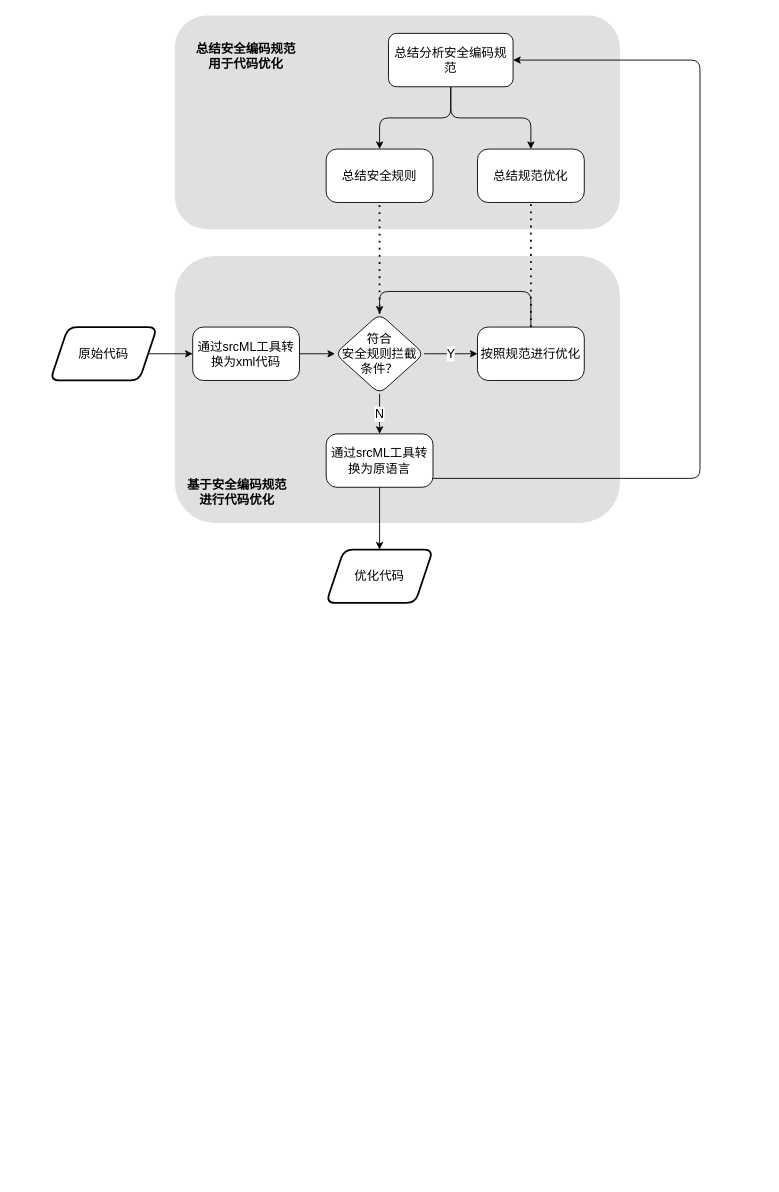
This is 未命名绘图.drawio from z5833999/C-3, a draw.io file, before an edit. Source tidied: cells renumbered, new cells numbered last; positions are measured from the earlier drawing's top-left corner, leaving out a move shared by most shapes. Both pictures are drawn from the tidied source at 89%, with x=0, y=0 at pixel (50, 15).
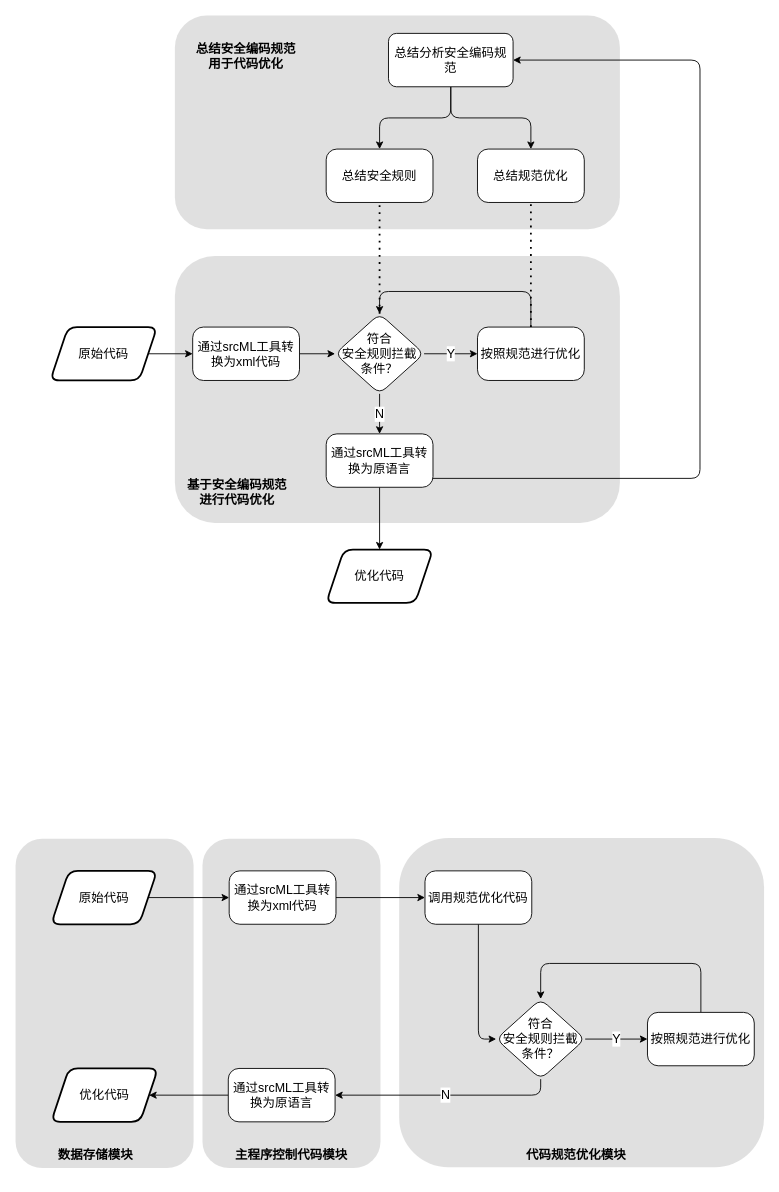
Above is the later version.

Commit message:
更新未命名绘图.drawio

Diff of the diagram source:
```diff
@@
+    <mxCell id="27" style="rounded=1;whiteSpace=wrap;html=1;fillColor=#C2C2C2;opacity=50;strokeColor=none;glass=0;shadow=0;fontSize=14;" parent="1" vertex="1">
+      <mxGeometry x="392" y="924" width="410" height="370" as="geometry" />
+    </mxCell>
+    <mxCell id="28" style="rounded=1;whiteSpace=wrap;html=1;fillColor=#C2C2C2;opacity=50;strokeColor=none;glass=0;shadow=0;fontSize=14;" parent="1" vertex="1">
+      <mxGeometry x="171" y="925" width="200" height="370" as="geometry" />
+    </mxCell>
@@
+    <mxCell id="29" style="rounded=1;whiteSpace=wrap;html=1;fillColor=#C2C2C2;opacity=50;strokeColor=none;glass=0;shadow=0;fontSize=14;" parent="1" vertex="1">
+      <mxGeometry x="-39" y="925" width="200" height="370" as="geometry" />
+    </mxCell>
+    <mxCell id="30" style="edgeStyle=orthogonalEdgeStyle;rounded=0;jettySize=auto;html=1;fontSize=14;" parent="1" edge="1" source="31" target="40">
+      <mxGeometry relative="1" as="geometry" />
+    </mxCell>
+    <mxCell id="31" value="原始代码" style="shape=parallelogram;perimeter=parallelogramPerimeter;whiteSpace=wrap;html=1;fixedSize=1;fontFamily=Helvetica;arcSize=20;rounded=1;strokeWidth=2;fontSize=14;" parent="1" vertex="1">
+      <mxGeometry x="1" y="961" width="119" height="60" as="geometry" />
+    </mxCell>
+    <mxCell id="32" value="N" style="edgeStyle=orthogonalEdgeStyle;rounded=1;jettySize=auto;html=1;entryX=1;entryY=0.5;entryDx=0;entryDy=0;fontSize=14;" parent="1" edge="1" source="34" target="36">
+      <mxGeometry relative="1" as="geometry">
+        <Array as="points">
+          <mxPoint x="551" y="1213" />
+        </Array>
+      </mxGeometry>
+    </mxCell>
+    <mxCell id="33" value="Y" style="edgeStyle=orthogonalEdgeStyle;rounded=0;jettySize=auto;html=1;fontSize=14;" parent="1" edge="1" source="34" target="44">
+      <mxGeometry relative="1" as="geometry" />
+    </mxCell>
+    <mxCell id="34" value="符合&lt;br style=&quot;font-size: 14px;&quot;&gt;安全规则拦截&lt;br style=&quot;font-size: 14px;&quot;&gt;条件？" style="rhombus;whiteSpace=wrap;html=1;fontFamily=Helvetica;arcSize=20;rounded=1;fontSize=14;" parent="1" vertex="1">
+      <mxGeometry x="501" y="1105" width="100" height="90" as="geometry" />
+    </mxCell>
+    <mxCell id="35" style="edgeStyle=orthogonalEdgeStyle;rounded=0;jettySize=auto;html=1;fontSize=14;" parent="1" edge="1" source="36" target="37">
+      <mxGeometry relative="1" as="geometry" />
+    </mxCell>
+    <mxCell id="36" value="通过srcML工具转换为原语言" style="whiteSpace=wrap;html=1;fontFamily=Helvetica;arcSize=20;rounded=1;fontSize=14;" parent="1" vertex="1">
+      <mxGeometry x="200" y="1183" width="120" height="60" as="geometry" />
+    </mxCell>
+    <mxCell id="37" value="&lt;font style=&quot;font-size: 14px;&quot;&gt;优化&lt;/font&gt;&lt;font style=&quot;font-size: 14px;&quot;&gt;代码&lt;/font&gt;" style="shape=parallelogram;perimeter=parallelogramPerimeter;whiteSpace=wrap;html=1;fixedSize=1;fontFamily=Helvetica;arcSize=20;rounded=1;strokeWidth=2;fontSize=14;" parent="1" vertex="1">
+      <mxGeometry x="1" y="1183" width="120" height="60" as="geometry" />
+    </mxCell>
+    <mxCell id="38" value="&lt;b style=&quot;font-size: 14px;&quot;&gt;&lt;span style=&quot;font-size: 14px; line-height: 150%;&quot;&gt;主程序控制代码模块&lt;/span&gt;&lt;/b&gt;" style="text;html=1;strokeColor=none;fillColor=none;align=center;verticalAlign=middle;whiteSpace=wrap;rounded=0;strokeWidth=2;fontSize=14;fontStyle=1;" parent="1" vertex="1">
+      <mxGeometry x="191" y="1265" width="160" height="30" as="geometry" />
+    </mxCell>
+    <mxCell id="39" style="edgeStyle=orthogonalEdgeStyle;rounded=0;jettySize=auto;html=1;fontSize=14;" parent="1" edge="1" source="40" target="42">
+      <mxGeometry relative="1" as="geometry" />
+    </mxCell>
+    <mxCell id="40" value="通过srcML工具转换为xml代码" style="whiteSpace=wrap;html=1;fontSize=14;arcSize=20;rounded=1;strokeWidth=1;" parent="1" vertex="1">
+      <mxGeometry x="201" y="961" width="120" height="60" as="geometry" />
+    </mxCell>
+    <mxCell id="41" style="edgeStyle=orthogonalEdgeStyle;rounded=1;jettySize=auto;html=1;entryX=0;entryY=0.5;entryDx=0;entryDy=0;fontSize=14;" parent="1" edge="1" source="42" target="34">
+      <mxGeometry relative="1" as="geometry" />
+    </mxCell>
+    <mxCell id="42" value="&lt;font style=&quot;font-size: 14px;&quot;&gt;调用&lt;/font&gt;规范优化&lt;font style=&quot;font-size: 14px;&quot;&gt;代码&lt;/font&gt;" style="whiteSpace=wrap;html=1;fontSize=14;arcSize=20;rounded=1;strokeWidth=1;" parent="1" vertex="1">
+      <mxGeometry x="421" y="961" width="120" height="60" as="geometry" />
+    </mxCell>
+    <mxCell id="43" style="edgeStyle=orthogonalEdgeStyle;rounded=1;jettySize=auto;html=1;exitX=0.5;exitY=0;exitDx=0;exitDy=0;entryX=0.5;entryY=0;entryDx=0;entryDy=0;fontSize=14;" parent="1" edge="1" source="44" target="34">
+      <mxGeometry relative="1" as="geometry">
+        <Array as="points">
+          <mxPoint x="731" y="1065" />
+          <mxPoint x="551" y="1065" />
+        </Array>
+      </mxGeometry>
+    </mxCell>
+    <mxCell id="44" value="&lt;span style=&quot;color: rgb(0, 0, 0); font-family: Helvetica; font-size: 14px; font-style: normal; font-variant-ligatures: normal; font-variant-caps: normal; font-weight: 400; letter-spacing: normal; orphans: 2; text-align: center; text-indent: 0px; text-transform: none; widows: 2; word-spacing: 0px; -webkit-text-stroke-width: 0px; background-color: rgb(251, 251, 251); text-decoration-thickness: initial; text-decoration-style: initial; text-decoration-color: initial; float: none; display: inline !important;&quot;&gt;按照规范进行优化&lt;/span&gt;" style="whiteSpace=wrap;html=1;fontSize=14;arcSize=20;rounded=1;" parent="1" vertex="1">
+      <mxGeometry x="671" y="1120" width="120" height="60" as="geometry" />
+    </mxCell>
+    <mxCell id="45" value="&lt;b&gt;数据存储模块&lt;/b&gt;" style="text;html=1;strokeColor=none;fillColor=none;align=center;verticalAlign=middle;whiteSpace=wrap;rounded=0;strokeWidth=2;fontSize=14;fontStyle=1;" parent="1" vertex="1">
+      <mxGeometry x="-29" y="1255" width="160" height="50" as="geometry" />
+    </mxCell>
+    <mxCell id="46" value="&lt;font style=&quot;font-size: 14px;&quot;&gt;&lt;b style=&quot;font-size: 14px;&quot;&gt;&lt;span style=&quot;font-size: 14px; line-height: 150%;&quot;&gt;代码规范优化模块&lt;/span&gt;&lt;/b&gt;&lt;/font&gt;" style="text;html=1;strokeColor=none;fillColor=none;align=center;verticalAlign=middle;whiteSpace=wrap;rounded=0;strokeWidth=2;fontSize=14;fontStyle=1;" parent="1" vertex="1">
+      <mxGeometry x="511" y="1255" width="160" height="50" as="geometry" />
+    </mxCell>
```
